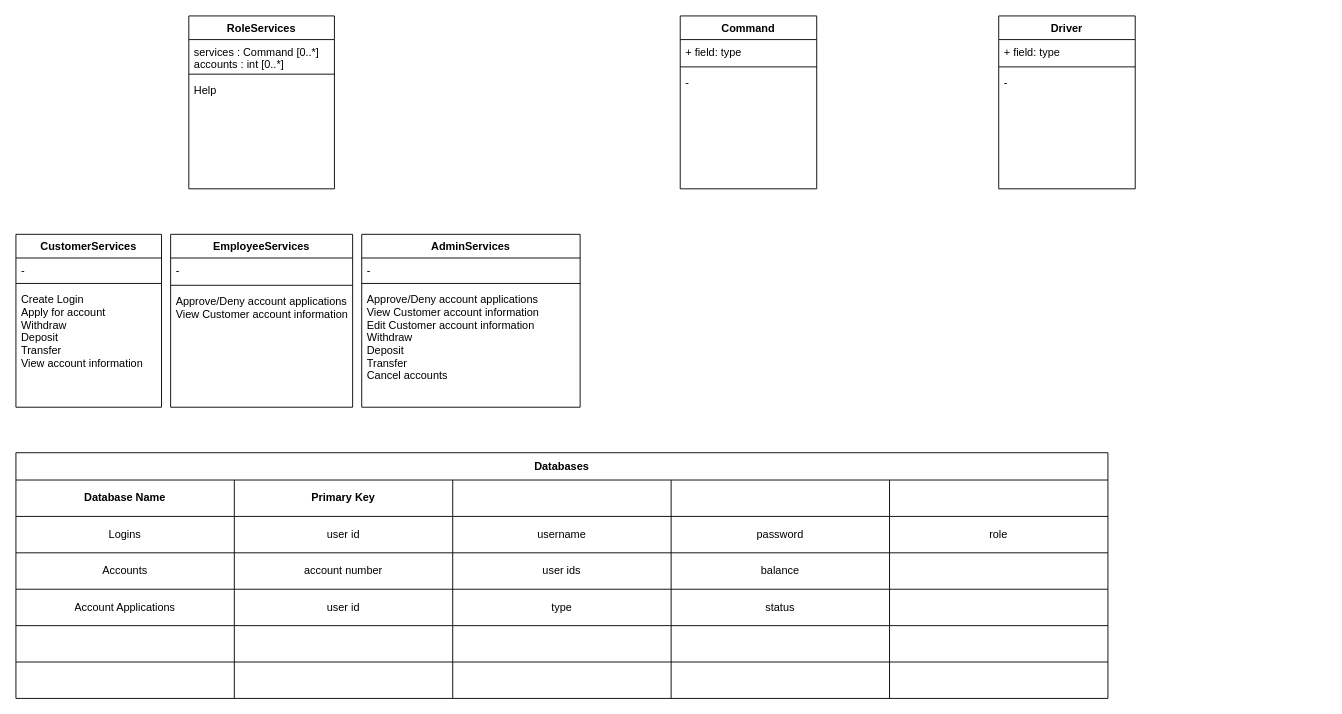
2010USFJava/OsbergC keeps this draw.io diagram as Project0/docs/Project0_UML.drawio. Above is the earlier version. Source tidied: cells renumbered, new cells numbered last; positions are measured from the earlier drawing's top-left corner, leaving out a move shared by most shapes. Both pictures are drawn from the tidied source at 91%, with x=0, y=0 at pixel (15, 15).
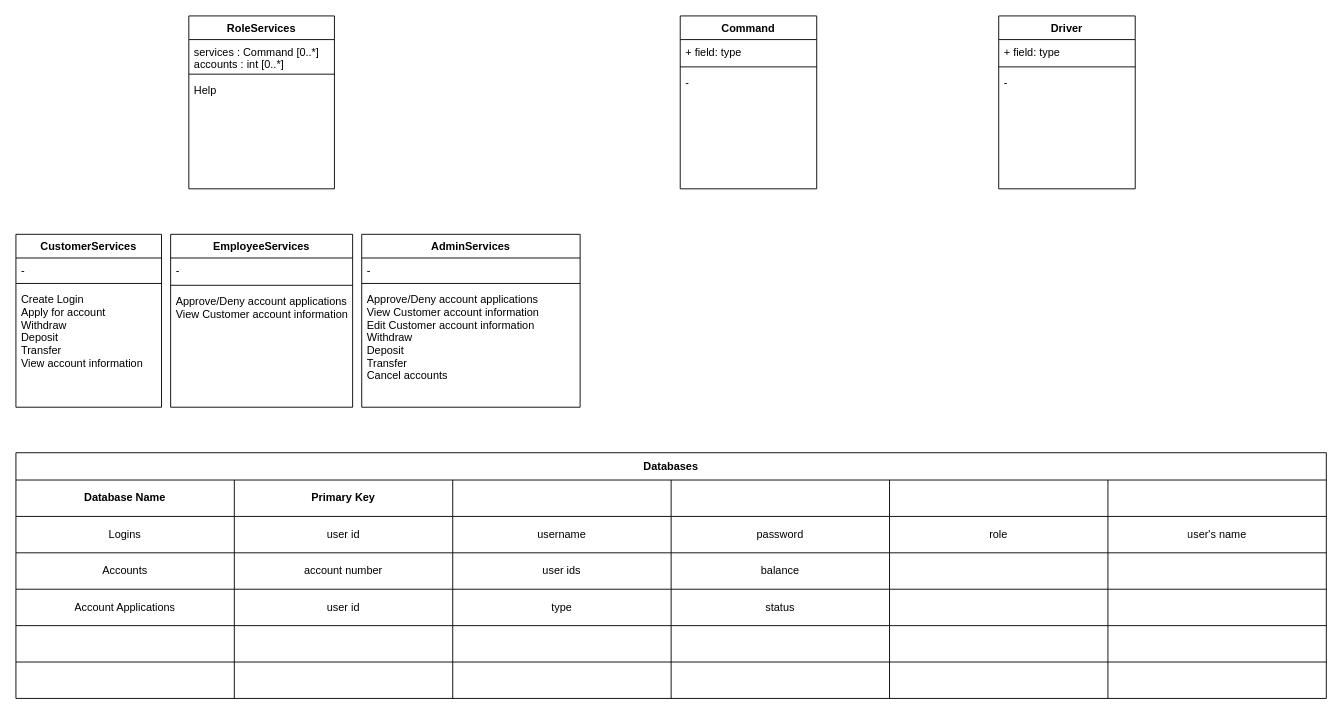
The same page after the edit.

What changed in the source:
```diff
@@
     <mxCell id="10" value="Databases" style="shape=table;html=1;whiteSpace=wrap;startSize=30;childLayout=tableLayout;fontStyle=1;align=center;strokeColor=#000000;" parent="1" vertex="1">
-      <mxGeometry y="480" width="1200" height="270" as="geometry" />
+      <mxGeometry y="480" width="1440" height="270" as="geometry" />
     </mxCell>
     <mxCell id="11" style="shape=partialRectangle;html=1;whiteSpace=wrap;fillColor=none;top=0;left=0;bottom=0;right=0;" parent="10" vertex="1">
-      <mxGeometry y="30" width="1200" height="40" as="geometry" />
+      <mxGeometry y="30" width="1440" height="40" as="geometry" />
     </mxCell>
@@
+    <mxCell id="63" style="shape=partialRectangle;html=1;whiteSpace=wrap;fillColor=none;top=0;left=0;bottom=0;right=0;overflow=hidden;" parent="11" vertex="1">
+      <mxGeometry x="1200" width="240" height="40" as="geometry" />
+    </mxCell>
     <mxCell id="17" style="shape=partialRectangle;html=1;whiteSpace=wrap;fillColor=none;top=0;left=0;bottom=0;right=0;" parent="10" vertex="1">
-      <mxGeometry y="70" width="1200" height="40" as="geometry" />
+      <mxGeometry y="70" width="1440" height="40" as="geometry" />
     </mxCell>
@@
+    <mxCell id="64" value="user's name" style="shape=partialRectangle;html=1;whiteSpace=wrap;fillColor=none;top=0;left=0;bottom=0;right=0;overflow=hidden;" parent="17" vertex="1">
+      <mxGeometry x="1200" width="240" height="40" as="geometry" />
+    </mxCell>
     <mxCell id="23" style="shape=partialRectangle;html=1;whiteSpace=wrap;fillColor=none;top=0;left=0;bottom=0;right=0;" parent="10" vertex="1">
-      <mxGeometry y="110" width="1200" height="40" as="geometry" />
+      <mxGeometry y="110" width="1440" height="40" as="geometry" />
     </mxCell>
@@
+    <mxCell id="65" style="shape=partialRectangle;html=1;whiteSpace=wrap;fillColor=none;top=0;left=0;bottom=0;right=0;overflow=hidden;" parent="23" vertex="1">
+      <mxGeometry x="1200" width="240" height="40" as="geometry" />
+    </mxCell>
     <mxCell id="29" style="shape=partialRectangle;html=1;whiteSpace=wrap;fillColor=none;top=0;left=0;bottom=0;right=0;" parent="10" vertex="1">
-      <mxGeometry y="150" width="1200" height="40" as="geometry" />
+      <mxGeometry y="150" width="1440" height="40" as="geometry" />
     </mxCell>
@@
+    <mxCell id="66" style="shape=partialRectangle;html=1;whiteSpace=wrap;fillColor=none;top=0;left=0;bottom=0;right=0;overflow=hidden;" parent="29" vertex="1">
+      <mxGeometry x="1200" width="240" height="40" as="geometry" />
+    </mxCell>
     <mxCell id="35" style="shape=partialRectangle;html=1;whiteSpace=wrap;fillColor=none;top=0;left=0;bottom=0;right=0;" parent="10" vertex="1">
-      <mxGeometry y="190" width="1200" height="40" as="geometry" />
+      <mxGeometry y="190" width="1440" height="40" as="geometry" />
     </mxCell>
@@
+    <mxCell id="67" style="shape=partialRectangle;html=1;whiteSpace=wrap;fillColor=none;top=0;left=0;bottom=0;right=0;overflow=hidden;" parent="35" vertex="1">
+      <mxGeometry x="1200" width="240" height="40" as="geometry" />
+    </mxCell>
     <mxCell id="41" style="shape=partialRectangle;html=1;whiteSpace=wrap;fillColor=none;top=0;left=0;bottom=0;right=0;" parent="10" vertex="1">
-      <mxGeometry y="230" width="1200" height="40" as="geometry" />
+      <mxGeometry y="230" width="1440" height="40" as="geometry" />
     </mxCell>
@@
+    <mxCell id="68" style="shape=partialRectangle;html=1;whiteSpace=wrap;fillColor=none;top=0;left=0;bottom=0;right=0;overflow=hidden;" parent="41" vertex="1">
+      <mxGeometry x="1200" width="240" height="40" as="geometry" />
+    </mxCell>
```
